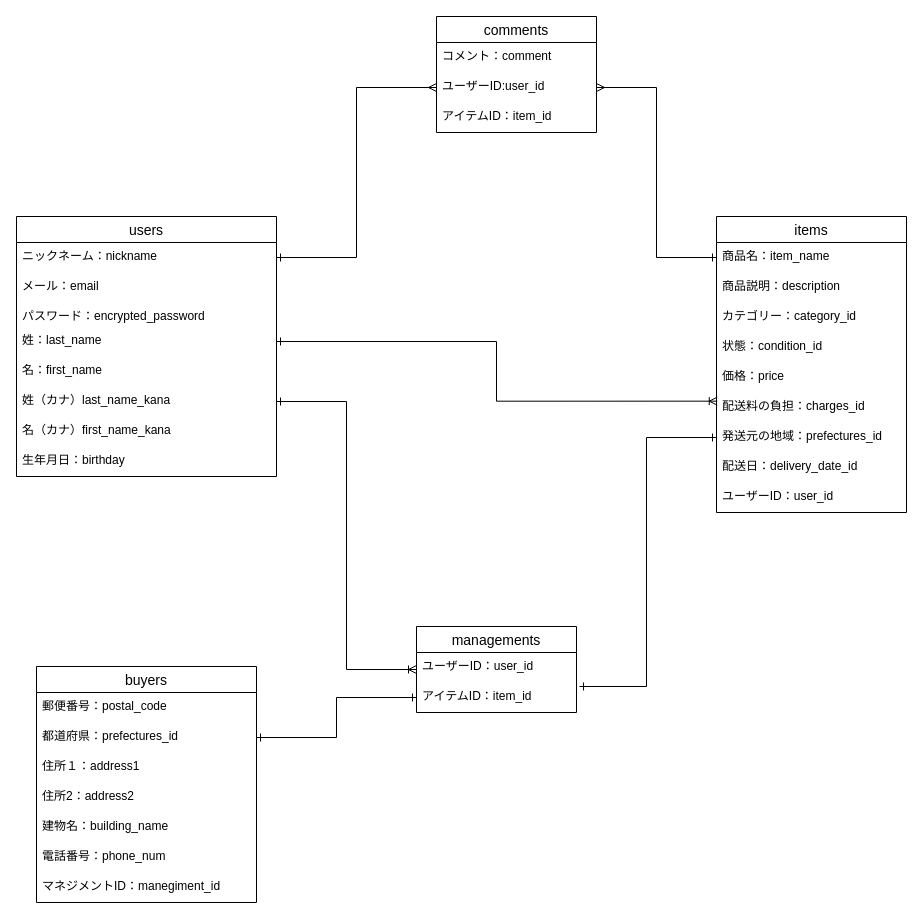
Earlier version of the draw.io diagram furima.dio (Koshi-Y/furima-35423). Source tidied: cells renumbered, new cells numbered last; positions are measured from the earlier drawing's top-left corner, leaving out a move shared by most shapes. Both pictures are drawn from the tidied source at 100%, with x=0, y=0 at pixel (16, 16).
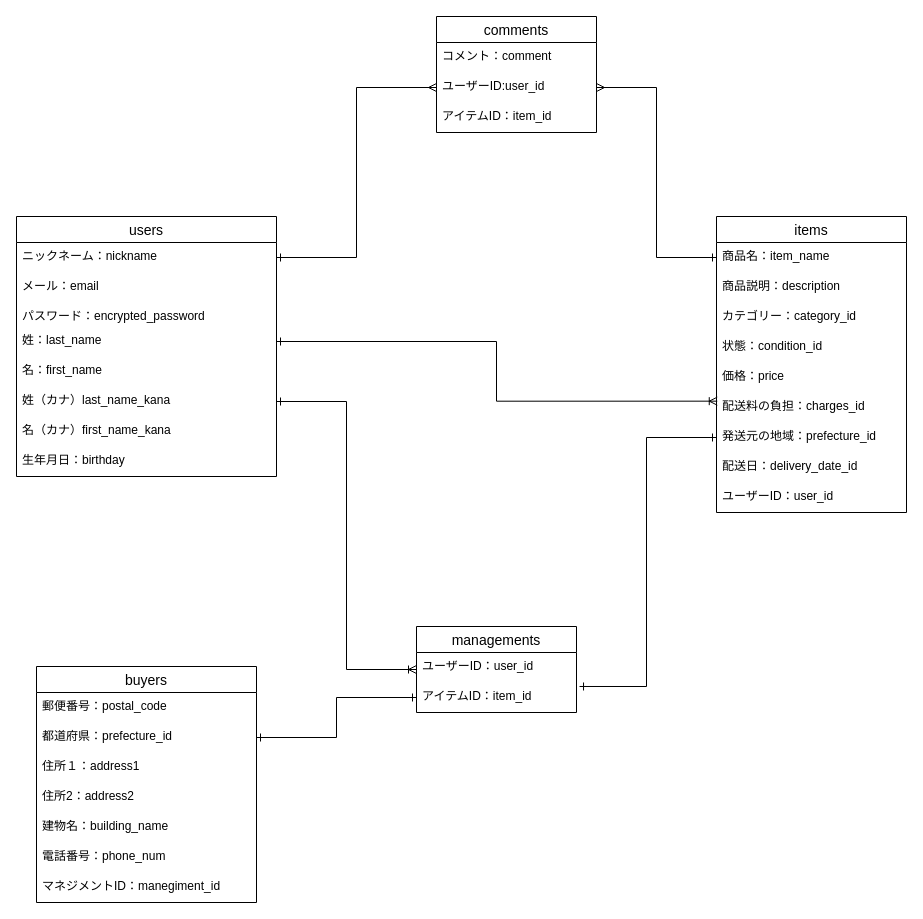
After the change.

Unchanged cells that the change refers to:
```xml
<mxCell id="11" value="items" style="swimlane;fontStyle=0;horizontal=1;startSize=26;align=center;fontSize=14;" parent="1" vertex="1">
  <mxGeometry x="700" y="200" width="190" height="296" as="geometry" />
</mxCell>
<mxCell id="21" value="buyers" style="swimlane;fontStyle=0;horizontal=1;startSize=26;align=center;fontSize=14;" parent="1" vertex="1">
  <mxGeometry x="20" y="650" width="220" height="236" as="geometry" />
</mxCell>
```

Change to the diagram source:
```diff
@@
-    <mxCell id="18" value="発送元の地域：prefectures_id" style="text;strokeColor=none;fillColor=none;spacingLeft=4;spacingRight=4;overflow=hidden;points=[[0,0.5],[1,0.5]];portConstraint=eastwest;fontSize=12;" parent="11" vertex="1">
+    <mxCell id="18" value="発送元の地域：prefecture_id" style="text;strokeColor=none;fillColor=none;spacingLeft=4;spacingRight=4;overflow=hidden;points=[[0,0.5],[1,0.5]];portConstraint=eastwest;fontSize=12;" parent="11" vertex="1">
       <mxGeometry y="206" width="190" height="30" as="geometry" />
     </mxCell>
@@
-    <mxCell id="23" value="都道府県：prefectures_id" style="text;strokeColor=none;fillColor=none;spacingLeft=4;spacingRight=4;overflow=hidden;points=[[0,0.5],[1,0.5]];portConstraint=eastwest;fontSize=12;" parent="21" vertex="1">
+    <mxCell id="23" value="都道府県：prefecture_id" style="text;strokeColor=none;fillColor=none;spacingLeft=4;spacingRight=4;overflow=hidden;points=[[0,0.5],[1,0.5]];portConstraint=eastwest;fontSize=12;" parent="21" vertex="1">
       <mxGeometry y="56" width="220" height="30" as="geometry" />
     </mxCell>
```
